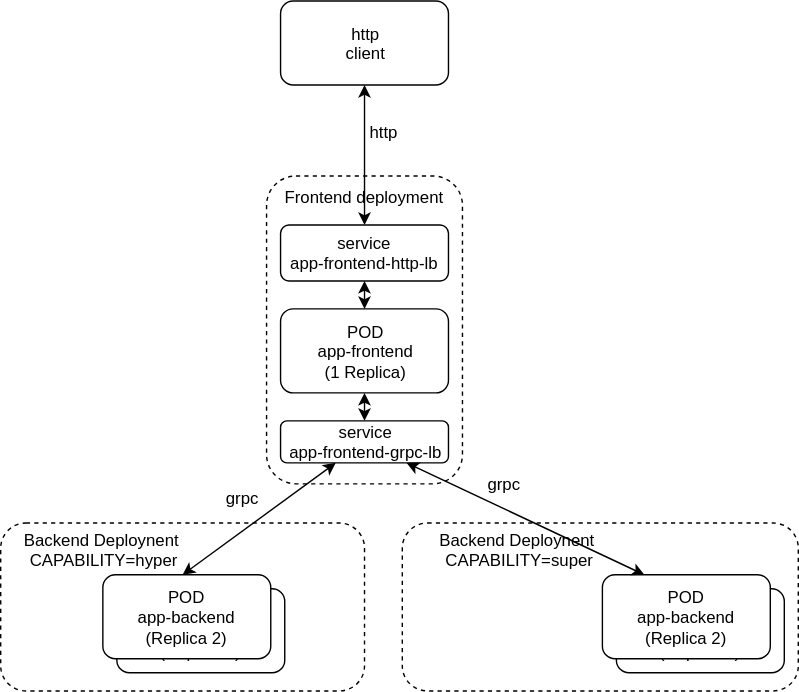
Earlier version of the draw.io export apps/multi-layer-app/docs/multi-layer-app-architecture.svg (jveverka/microservices-101). Source tidied: cells renumbered, new cells last; positions are measured from the earlier drawing's top-left corner, leaving out a move shared by most shapes. Its diagram source:
```xml
<mxGraphModel>
  <root>
    <mxCell id="0" />
    <mxCell id="1" parent="0" />
    <mxCell id="2" style="rounded=1;whiteSpace=wrap;html=1;dashed=1;" parent="1" vertex="1">
      <mxGeometry x="287" y="373" width="283" height="120" as="geometry" />
    </mxCell>
    <mxCell id="3" style="rounded=1;whiteSpace=wrap;html=1;dashed=1;" parent="1" vertex="1">
      <mxGeometry x="190" y="125" width="140" height="220" as="geometry" />
    </mxCell>
    <mxCell id="4" value="http&lt;br&gt;client" style="rounded=1;whiteSpace=wrap;html=1;" parent="1" vertex="1">
      <mxGeometry x="200" width="120" height="60" as="geometry" />
    </mxCell>
    <mxCell id="5" value="service&lt;br&gt;app-frontend-http-lb" style="rounded=1;whiteSpace=wrap;html=1;" parent="1" vertex="1">
      <mxGeometry x="200" y="160" width="120" height="40" as="geometry" />
    </mxCell>
    <mxCell id="6" value="POD&lt;br&gt;app-frontend&lt;br&gt;(1 Replica)" style="rounded=1;whiteSpace=wrap;html=1;" parent="1" vertex="1">
      <mxGeometry x="200" y="220" width="120" height="60" as="geometry" />
    </mxCell>
    <mxCell id="7" value="service&lt;br&gt;app-frontend-grpc-lb" style="rounded=1;whiteSpace=wrap;html=1;" parent="1" vertex="1">
      <mxGeometry x="200" y="300" width="120" height="30" as="geometry" />
    </mxCell>
    <mxCell id="8" value="POD&lt;br&gt;app-backend&lt;br&gt;(Replica 2)" style="rounded=1;whiteSpace=wrap;html=1;" parent="1" vertex="1">
      <mxGeometry x="440" y="420" width="120" height="60" as="geometry" />
    </mxCell>
    <mxCell id="9" value="POD&lt;br&gt;app-backend&lt;br&gt;(Replica 2)" style="rounded=1;whiteSpace=wrap;html=1;" parent="1" vertex="1">
      <mxGeometry x="430" y="410" width="120" height="60" as="geometry" />
    </mxCell>
    <mxCell id="10" value="Frontend deployment" style="text;html=1;strokeColor=none;fillColor=none;align=center;verticalAlign=middle;whiteSpace=wrap;rounded=0;dashed=1;" parent="1" vertex="1">
      <mxGeometry x="200" y="130" width="120" height="20" as="geometry" />
    </mxCell>
    <mxCell id="11" value="Backend Deploynent&amp;nbsp;&lt;br&gt;CAPABILITY=super" style="text;html=1;strokeColor=none;fillColor=none;align=center;verticalAlign=middle;whiteSpace=wrap;rounded=0;dashed=1;" parent="1" vertex="1">
      <mxGeometry x="300" y="373" width="140" height="37" as="geometry" />
    </mxCell>
    <mxCell id="12" style="rounded=1;whiteSpace=wrap;html=1;dashed=1;" parent="1" vertex="1">
      <mxGeometry y="373" width="260" height="120" as="geometry" />
    </mxCell>
    <mxCell id="13" value="POD&lt;br&gt;app-backend&lt;br&gt;(Replica 2)" style="rounded=1;whiteSpace=wrap;html=1;" parent="1" vertex="1">
      <mxGeometry x="83" y="420" width="120" height="60" as="geometry" />
    </mxCell>
    <mxCell id="14" value="POD&lt;br&gt;app-backend&lt;br&gt;(Replica 2)" style="rounded=1;whiteSpace=wrap;html=1;" parent="1" vertex="1">
      <mxGeometry x="73" y="410" width="120" height="60" as="geometry" />
    </mxCell>
    <mxCell id="15" value="Backend Deploynent&amp;nbsp;&lt;br&gt;CAPABILITY=hyper" style="text;html=1;strokeColor=none;fillColor=none;align=center;verticalAlign=middle;whiteSpace=wrap;rounded=0;dashed=1;" parent="1" vertex="1">
      <mxGeometry x="3" y="373" width="140" height="37" as="geometry" />
    </mxCell>
    <mxCell id="16" style="endArrow=classic;startArrow=classic;html=1;" parent="1" edge="1" target="7">
      <mxGeometry relative="1" as="geometry">
        <mxPoint x="130" y="410" as="sourcePoint" />
      </mxGeometry>
    </mxCell>
    <mxCell id="17" style="endArrow=classic;startArrow=classic;html=1;entryX=0.75;entryY=1;entryDx=0;entryDy=0;exitX=0.25;exitY=0;exitDx=0;exitDy=0;" parent="1" edge="1" source="9" target="7">
      <mxGeometry relative="1" as="geometry" />
    </mxCell>
    <mxCell id="18" style="endArrow=classic;startArrow=classic;html=1;entryX=0.5;entryY=1;entryDx=0;entryDy=0;exitX=0.5;exitY=0;exitDx=0;exitDy=0;" parent="1" edge="1" source="7" target="6">
      <mxGeometry relative="1" as="geometry" />
    </mxCell>
    <mxCell id="19" style="endArrow=classic;startArrow=classic;html=1;entryX=0.5;entryY=1;entryDx=0;entryDy=0;exitX=0.5;exitY=0;exitDx=0;exitDy=0;" parent="1" edge="1" source="6" target="5">
      <mxGeometry relative="1" as="geometry" />
    </mxCell>
    <mxCell id="20" style="endArrow=classic;startArrow=classic;html=1;entryX=0.5;entryY=1;entryDx=0;entryDy=0;exitX=0.5;exitY=0;exitDx=0;exitDy=0;" parent="1" edge="1" source="5" target="4">
      <mxGeometry relative="1" as="geometry" />
    </mxCell>
    <mxCell id="21" value="http" style="text;html=1;strokeColor=none;fillColor=none;align=center;verticalAlign=middle;whiteSpace=wrap;rounded=0;dashed=1;" parent="1" vertex="1">
      <mxGeometry x="253" y="82.5" width="40" height="20" as="geometry" />
    </mxCell>
    <mxCell id="22" value="grpc" style="text;html=1;strokeColor=none;fillColor=none;align=center;verticalAlign=middle;whiteSpace=wrap;rounded=0;dashed=1;" parent="1" vertex="1">
      <mxGeometry x="340" y="335" width="40" height="20" as="geometry" />
    </mxCell>
    <mxCell id="23" value="grpc" style="text;html=1;strokeColor=none;fillColor=none;align=center;verticalAlign=middle;whiteSpace=wrap;rounded=0;dashed=1;" parent="1" vertex="1">
      <mxGeometry x="153" y="345" width="40" height="20" as="geometry" />
    </mxCell>
  </root>
</mxGraphModel>
```
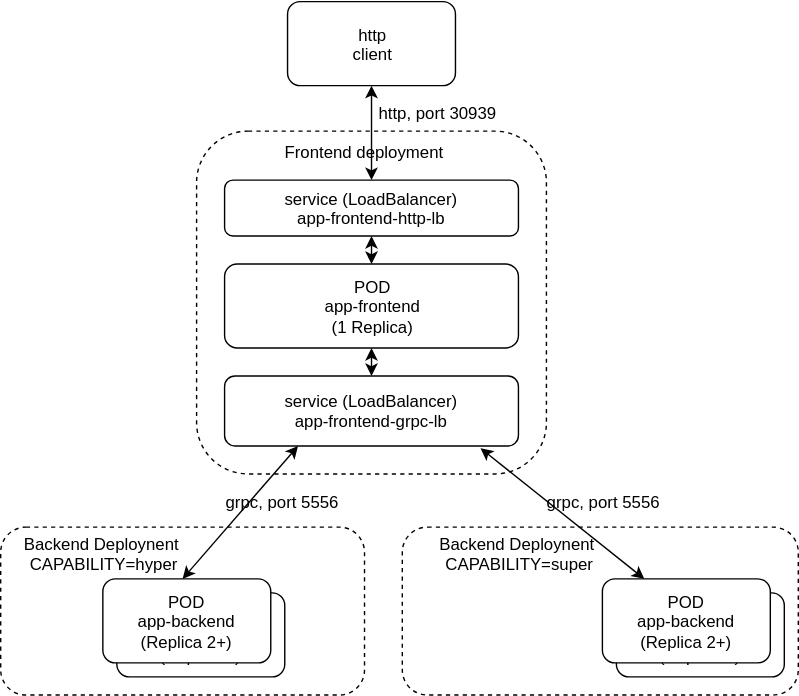
The same file after the commit.

Diff of the diagram source:
```diff
@@ -6,28 +6,28 @@
       <mxGeometry x="287" y="373" width="283" height="120" as="geometry" />
     </mxCell>
     <mxCell id="3" style="rounded=1;whiteSpace=wrap;html=1;dashed=1;" parent="1" vertex="1">
-      <mxGeometry x="190" y="125" width="140" height="220" as="geometry" />
+      <mxGeometry x="140" y="90" width="250" height="245" as="geometry" />
     </mxCell>
     <mxCell id="4" value="http&lt;br&gt;client" style="rounded=1;whiteSpace=wrap;html=1;" parent="1" vertex="1">
-      <mxGeometry x="200" width="120" height="60" as="geometry" />
+      <mxGeometry x="205" y="-2.5" width="120" height="60" as="geometry" />
     </mxCell>
-    <mxCell id="5" value="service&lt;br&gt;app-frontend-http-lb" style="rounded=1;whiteSpace=wrap;html=1;" parent="1" vertex="1">
-      <mxGeometry x="200" y="160" width="120" height="40" as="geometry" />
+    <mxCell id="5" value="service (LoadBalancer)&lt;br&gt;app-frontend-http-lb" style="rounded=1;whiteSpace=wrap;html=1;" parent="1" vertex="1">
+      <mxGeometry x="160" y="125" width="210" height="40" as="geometry" />
     </mxCell>
     <mxCell id="6" value="POD&lt;br&gt;app-frontend&lt;br&gt;(1 Replica)" style="rounded=1;whiteSpace=wrap;html=1;" parent="1" vertex="1">
-      <mxGeometry x="200" y="220" width="120" height="60" as="geometry" />
+      <mxGeometry x="160" y="185" width="210" height="60" as="geometry" />
     </mxCell>
-    <mxCell id="7" value="service&lt;br&gt;app-frontend-grpc-lb" style="rounded=1;whiteSpace=wrap;html=1;" parent="1" vertex="1">
-      <mxGeometry x="200" y="300" width="120" height="30" as="geometry" />
+    <mxCell id="7" value="service (LoadBalancer)&lt;br&gt;app-frontend-grpc-lb" style="rounded=1;whiteSpace=wrap;html=1;" parent="1" vertex="1">
+      <mxGeometry x="160" y="265" width="210" height="50" as="geometry" />
     </mxCell>
     <mxCell id="8" value="POD&lt;br&gt;app-backend&lt;br&gt;(Replica 2)" style="rounded=1;whiteSpace=wrap;html=1;" parent="1" vertex="1">
       <mxGeometry x="440" y="420" width="120" height="60" as="geometry" />
     </mxCell>
-    <mxCell id="9" value="POD&lt;br&gt;app-backend&lt;br&gt;(Replica 2)" style="rounded=1;whiteSpace=wrap;html=1;" parent="1" vertex="1">
+    <mxCell id="9" value="POD&lt;br&gt;app-backend&lt;br&gt;(Replica 2+)" style="rounded=1;whiteSpace=wrap;html=1;" parent="1" vertex="1">
       <mxGeometry x="430" y="410" width="120" height="60" as="geometry" />
     </mxCell>
     <mxCell id="10" value="Frontend deployment" style="text;html=1;strokeColor=none;fillColor=none;align=center;verticalAlign=middle;whiteSpace=wrap;rounded=0;dashed=1;" parent="1" vertex="1">
-      <mxGeometry x="200" y="130" width="120" height="20" as="geometry" />
+      <mxGeometry x="200" y="95" width="120" height="20" as="geometry" />
     </mxCell>
     <mxCell id="11" value="Backend Deploynent&amp;nbsp;&lt;br&gt;CAPABILITY=super" style="text;html=1;strokeColor=none;fillColor=none;align=center;verticalAlign=middle;whiteSpace=wrap;rounded=0;dashed=1;" parent="1" vertex="1">
       <mxGeometry x="300" y="373" width="140" height="37" as="geometry" />
@@ -38,18 +38,18 @@
     <mxCell id="13" value="POD&lt;br&gt;app-backend&lt;br&gt;(Replica 2)" style="rounded=1;whiteSpace=wrap;html=1;" parent="1" vertex="1">
       <mxGeometry x="83" y="420" width="120" height="60" as="geometry" />
     </mxCell>
-    <mxCell id="14" value="POD&lt;br&gt;app-backend&lt;br&gt;(Replica 2)" style="rounded=1;whiteSpace=wrap;html=1;" parent="1" vertex="1">
+    <mxCell id="14" value="POD&lt;br&gt;app-backend&lt;br&gt;(Replica 2+)" style="rounded=1;whiteSpace=wrap;html=1;" parent="1" vertex="1">
       <mxGeometry x="73" y="410" width="120" height="60" as="geometry" />
     </mxCell>
     <mxCell id="15" value="Backend Deploynent&amp;nbsp;&lt;br&gt;CAPABILITY=hyper" style="text;html=1;strokeColor=none;fillColor=none;align=center;verticalAlign=middle;whiteSpace=wrap;rounded=0;dashed=1;" parent="1" vertex="1">
       <mxGeometry x="3" y="373" width="140" height="37" as="geometry" />
     </mxCell>
-    <mxCell id="16" style="endArrow=classic;startArrow=classic;html=1;" parent="1" edge="1" target="7">
+    <mxCell id="16" style="endArrow=classic;startArrow=classic;html=1;entryX=0.25;entryY=1;entryDx=0;entryDy=0;" parent="1" edge="1" target="7">
       <mxGeometry relative="1" as="geometry">
         <mxPoint x="130" y="410" as="sourcePoint" />
       </mxGeometry>
     </mxCell>
-    <mxCell id="17" style="endArrow=classic;startArrow=classic;html=1;entryX=0.75;entryY=1;entryDx=0;entryDy=0;exitX=0.25;exitY=0;exitDx=0;exitDy=0;" parent="1" edge="1" source="9" target="7">
+    <mxCell id="17" style="endArrow=classic;startArrow=classic;html=1;entryX=0.871;entryY=1.033;entryDx=0;entryDy=0;exitX=0.25;exitY=0;exitDx=0;exitDy=0;entryPerimeter=0;" parent="1" edge="1" source="9" target="7">
       <mxGeometry relative="1" as="geometry" />
     </mxCell>
     <mxCell id="18" style="endArrow=classic;startArrow=classic;html=1;entryX=0.5;entryY=1;entryDx=0;entryDy=0;exitX=0.5;exitY=0;exitDx=0;exitDy=0;" parent="1" edge="1" source="7" target="6">
@@ -61,14 +61,14 @@
     <mxCell id="20" style="endArrow=classic;startArrow=classic;html=1;entryX=0.5;entryY=1;entryDx=0;entryDy=0;exitX=0.5;exitY=0;exitDx=0;exitDy=0;" parent="1" edge="1" source="5" target="4">
       <mxGeometry relative="1" as="geometry" />
     </mxCell>
-    <mxCell id="21" value="http" style="text;html=1;strokeColor=none;fillColor=none;align=center;verticalAlign=middle;whiteSpace=wrap;rounded=0;dashed=1;" parent="1" vertex="1">
-      <mxGeometry x="253" y="82.5" width="40" height="20" as="geometry" />
+    <mxCell id="21" value="http, port 30939" style="text;html=1;strokeColor=none;fillColor=none;align=center;verticalAlign=middle;whiteSpace=wrap;rounded=0;dashed=1;" parent="1" vertex="1">
+      <mxGeometry x="265" y="67" width="95" height="20" as="geometry" />
     </mxCell>
-    <mxCell id="22" value="grpc" style="text;html=1;strokeColor=none;fillColor=none;align=center;verticalAlign=middle;whiteSpace=wrap;rounded=0;dashed=1;" parent="1" vertex="1">
-      <mxGeometry x="340" y="335" width="40" height="20" as="geometry" />
+    <mxCell id="22" value="grpc, port 5556" style="text;html=1;strokeColor=none;fillColor=none;align=center;verticalAlign=middle;whiteSpace=wrap;rounded=0;dashed=1;" parent="1" vertex="1">
+      <mxGeometry x="370" y="345" width="120" height="20" as="geometry" />
     </mxCell>
-    <mxCell id="23" value="grpc" style="text;html=1;strokeColor=none;fillColor=none;align=center;verticalAlign=middle;whiteSpace=wrap;rounded=0;dashed=1;" parent="1" vertex="1">
-      <mxGeometry x="153" y="345" width="40" height="20" as="geometry" />
+    <mxCell id="23" value="grpc, port 5556" style="text;html=1;strokeColor=none;fillColor=none;align=center;verticalAlign=middle;whiteSpace=wrap;rounded=0;dashed=1;" parent="1" vertex="1">
+      <mxGeometry x="153" y="345" width="97" height="20" as="geometry" />
     </mxCell>
   </root>
 </mxGraphModel>
```
